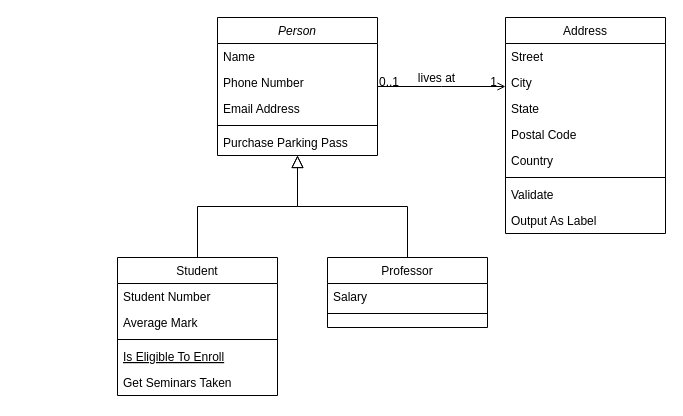
Before: DER-Cinemar.drawio in GastonOrphant/Projecto-SG-Cinemar, a draw.io diagram. Source tidied: cells renumbered, new cells numbered last; positions are measured from the earlier drawing's top-left corner, leaving out a move shared by most shapes. Both pictures are drawn from the tidied source at 100%, with x=0, y=0 at pixel (117, 17).
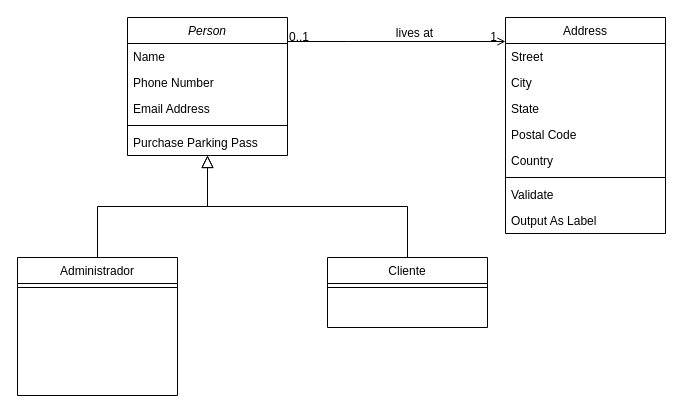
After the change.

The change refers to these unchanged cells:
```xml
<mxCell id="19" value="Address" style="swimlane;fontStyle=0;align=center;verticalAlign=top;horizontal=1;startSize=26;rounded=0;shadow=0;strokeWidth=1;" parent="1" vertex="1">
  <mxGeometry x="388" width="160" height="216" as="geometry" />
</mxCell>
```

The edit, as a diff of the source:
```diff
@@
     <mxCell id="2" value="Person" style="swimlane;fontStyle=2;align=center;verticalAlign=top;horizontal=1;startSize=26;rounded=0;shadow=0;strokeWidth=1;" parent="1" vertex="1">
-      <mxGeometry x="100" width="160" height="138" as="geometry" />
+      <mxGeometry x="10" width="160" height="138" as="geometry" />
     </mxCell>
@@
-    <mxCell id="8" value="Student" style="swimlane;fontStyle=0;align=center;verticalAlign=top;horizontal=1;startSize=26;rounded=0;shadow=0;strokeWidth=1;" parent="1" vertex="1">
-      <mxGeometry y="240" width="160" height="138" as="geometry" />
+    <mxCell id="8" value="Administrador" style="swimlane;fontStyle=0;align=center;verticalAlign=top;horizontal=1;startSize=26;rounded=0;shadow=0;strokeWidth=1;" parent="1" vertex="1">
+      <mxGeometry x="-100" y="240" width="160" height="138" as="geometry" />
     </mxCell>
-    <mxCell id="9" value="Student Number" style="text;align=left;verticalAlign=top;spacingLeft=4;spacingRight=4;overflow=hidden;" parent="8" vertex="1">
-      <mxGeometry y="26" width="160" height="26" as="geometry" />
-    </mxCell>
-    <mxCell id="10" value="Average Mark" style="text;align=left;verticalAlign=top;spacingLeft=4;spacingRight=4;overflow=hidden;rounded=0;shadow=0;html=0;" parent="8" vertex="1">
-      <mxGeometry y="52" width="160" height="26" as="geometry" />
-    </mxCell>
     <mxCell id="11" style="line;html=1;strokeWidth=1;align=left;verticalAlign=middle;spacingTop=-1;spacingLeft=3;spacingRight=3;labelPosition=right;" parent="8" vertex="1">
-      <mxGeometry y="78" width="160" height="8" as="geometry" />
+      <mxGeometry y="26" width="160" height="8" as="geometry" />
     </mxCell>
-    <mxCell id="12" value="Is Eligible To Enroll" style="text;align=left;verticalAlign=top;spacingLeft=4;spacingRight=4;overflow=hidden;fontStyle=4;" parent="8" vertex="1">
-      <mxGeometry y="86" width="160" height="26" as="geometry" />
-    </mxCell>
-    <mxCell id="13" value="Get Seminars Taken" style="text;align=left;verticalAlign=top;spacingLeft=4;spacingRight=4;overflow=hidden;" parent="8" vertex="1">
-      <mxGeometry y="112" width="160" height="26" as="geometry" />
-    </mxCell>
@@
-    <mxCell id="15" value="Professor" style="swimlane;fontStyle=0;align=center;verticalAlign=top;horizontal=1;startSize=26;rounded=0;shadow=0;strokeWidth=1;" parent="1" vertex="1">
+    <mxCell id="15" value="Cliente" style="swimlane;fontStyle=0;align=center;verticalAlign=top;horizontal=1;startSize=26;rounded=0;shadow=0;strokeWidth=1;" parent="1" vertex="1">
       <mxGeometry x="210" y="240" width="160" height="70" as="geometry" />
     </mxCell>
-    <mxCell id="16" value="Salary" style="text;align=left;verticalAlign=top;spacingLeft=4;spacingRight=4;overflow=hidden;" parent="15" vertex="1">
-      <mxGeometry y="26" width="160" height="26" as="geometry" />
-    </mxCell>
     <mxCell id="17" style="line;html=1;strokeWidth=1;align=left;verticalAlign=middle;spacingTop=-1;spacingLeft=3;spacingRight=3;labelPosition=right;" parent="15" vertex="1">
-      <mxGeometry y="52" width="160" height="8" as="geometry" />
+      <mxGeometry y="26" width="160" height="8" as="geometry" />
     </mxCell>
@@
     <mxCell id="28" style="endArrow=open;shadow=0;strokeWidth=1;rounded=0;endFill=1;edgeStyle=elbowEdgeStyle;elbow=vertical;" parent="1" edge="1" source="2" target="19">
       <mxGeometry x="0.5" y="41" relative="1" as="geometry">
+        <Array as="points">
+          <mxPoint x="230" y="24" />
+        </Array>
         <mxPoint x="-40" y="32" as="offset" />
       </mxGeometry>
     </mxCell>
```
